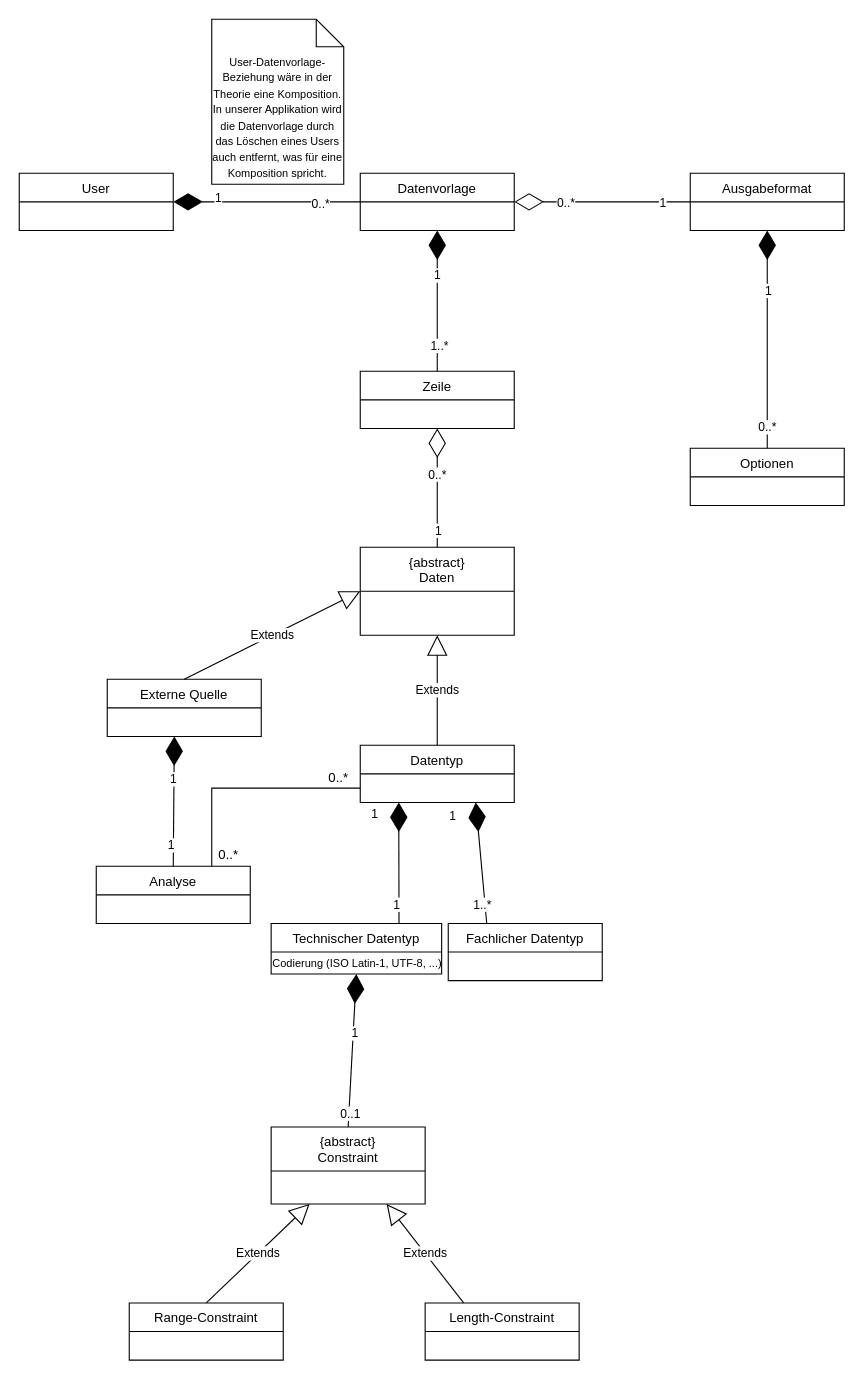
Before: datagen-backend/src/main/resources/domain.drawio in Edelmetall/LoremIpsum, a draw.io diagram. Source tidied: cells renumbered, new cells numbered last; positions are measured from the earlier drawing's top-left corner, leaving out a move shared by most shapes. Both pictures are drawn from the tidied source at 110%, with x=0, y=0 at pixel (19, 19).
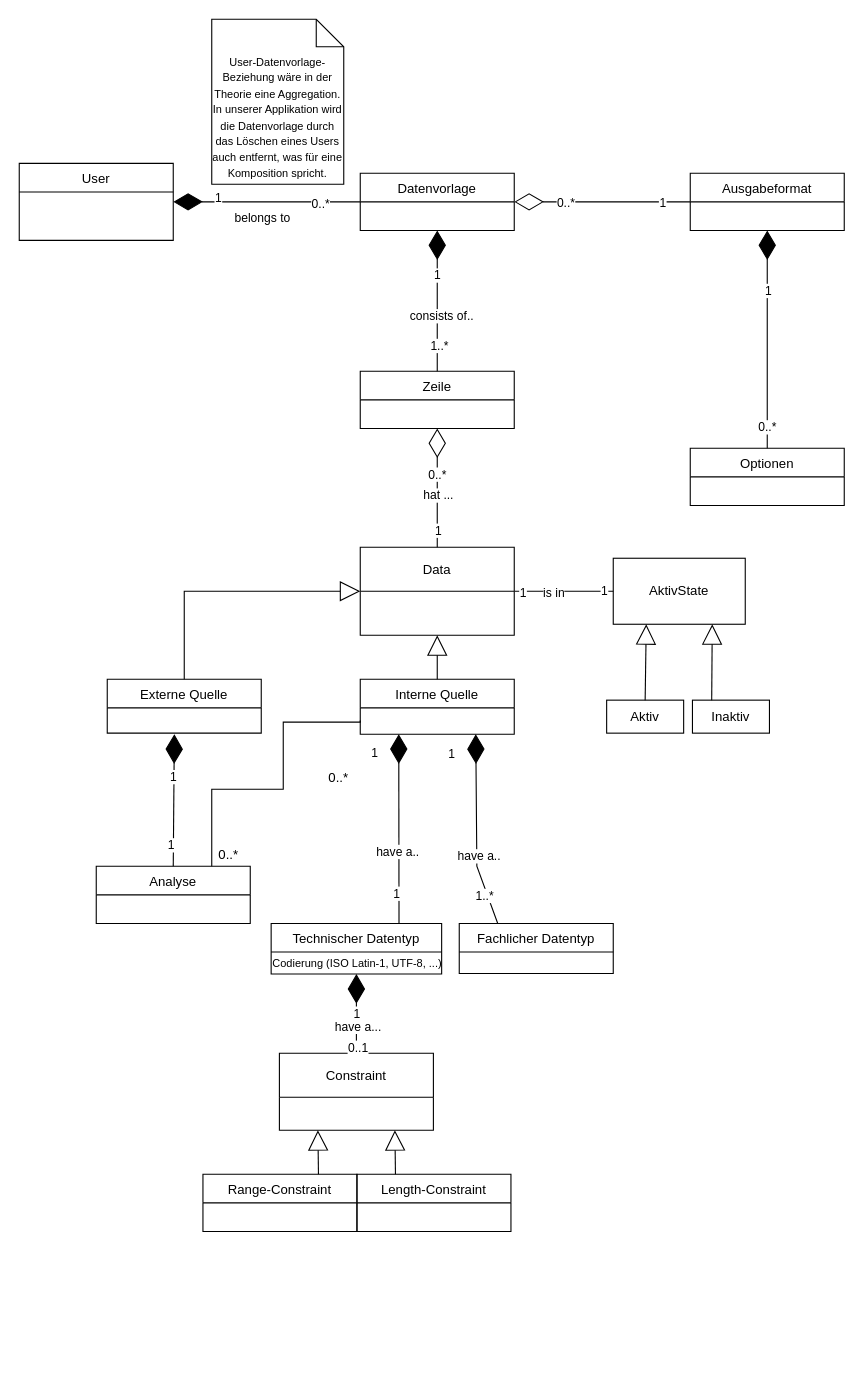
Above is the later version.

Commit message:
#2 Erweiterung mit State

Unchanged cells that the change refers to:
```xml
<mxCell id="15" style="endArrow=diamondThin;endFill=1;endSize=24;html=1;rounded=0;exitX=0.75;exitY=0;exitDx=0;exitDy=0;entryX=0.25;entryY=1;entryDx=0;entryDy=0;" parent="1" edge="1" source="7" target="6">
  <mxGeometry relative="1" as="geometry" />
</mxCell>
<mxCell id="19" style="endArrow=diamondThin;endFill=1;endSize=24;html=1;rounded=0;entryX=0.5;entryY=1;entryDx=0;entryDy=0;exitX=0.5;exitY=0;exitDx=0;exitDy=0;" parent="1" edge="1" source="18" target="7">
  <mxGeometry relative="1" as="geometry" />
</mxCell>
<mxCell id="29" value="Analyse" style="swimlane;fontStyle=0;horizontal=1;startSize=26;fillColor=none;" parent="1" vertex="1">
  <mxGeometry x="70" y="770" width="140" height="52" as="geometry" />
</mxCell>
<mxCell id="36" style="endArrow=diamondThin;endFill=1;endSize=24;html=1;rounded=0;entryX=0.5;entryY=1;entryDx=0;entryDy=0;exitX=0.5;exitY=0;exitDx=0;exitDy=0;" parent="1" edge="1" source="5" target="3">
  <mxGeometry relative="1" as="geometry" />
</mxCell>
<mxCell id="39" style="endArrow=diamondThin;endFill=0;endSize=24;html=1;rounded=0;entryX=0.5;entryY=1;entryDx=0;entryDy=0;exitX=0.5;exitY=0;exitDx=0;exitDy=0;" parent="1" edge="1" source="26" target="5">
  <mxGeometry relative="1" as="geometry" />
</mxCell>
<mxCell id="48" style="endArrow=diamondThin;endFill=1;endSize=24;html=1;rounded=0;entryX=1;entryY=0.5;entryDx=0;entryDy=0;exitX=0;exitY=0.5;exitDx=0;exitDy=0;" parent="1" edge="1" source="3" target="2">
  <mxGeometry relative="1" as="geometry" />
</mxCell>
```

Diff of the diagram source:
```diff
@@
     <mxCell id="2" value="User" style="swimlane;fontStyle=0;horizontal=1;startSize=26;fillColor=none;" parent="1" vertex="1">
-      <mxGeometry y="140" width="140" height="52" as="geometry" />
+      <mxGeometry y="131" width="140" height="70" as="geometry" />
     </mxCell>
@@
     <mxCell id="4" value="Externe Quelle" style="swimlane;fontStyle=0;horizontal=1;startSize=26;fillColor=none;" parent="1" vertex="1">
-      <mxGeometry x="80" y="600" width="140" height="52" as="geometry" />
+      <mxGeometry x="80" y="600" width="140" height="49" as="geometry" />
     </mxCell>
@@
-    <mxCell id="6" value="Datentyp" style="swimlane;fontStyle=0;horizontal=1;startSize=26;fillColor=none;" parent="1" vertex="1">
-      <mxGeometry x="310" y="660" width="140" height="52" as="geometry" />
+    <mxCell id="6" value="Interne Quelle" style="swimlane;fontStyle=0;horizontal=1;startSize=26;fillColor=none;" parent="1" vertex="1">
+      <mxGeometry x="310" y="600" width="140" height="50" as="geometry" />
     </mxCell>
@@
     <mxCell id="9" value="Fachlicher Datentyp" style="swimlane;fontStyle=0;horizontal=1;startSize=26;fillColor=none;" parent="1" vertex="1">
-      <mxGeometry x="390" y="822" width="140" height="52" as="geometry" />
+      <mxGeometry x="400" y="822" width="140" height="45.5" as="geometry" />
     </mxCell>
@@
     <mxCell id="12" style="endArrow=diamondThin;endFill=1;endSize=24;html=1;rounded=0;entryX=0.75;entryY=1;entryDx=0;entryDy=0;exitX=0.25;exitY=0;exitDx=0;exitDy=0;" parent="1" edge="1" source="9" target="6">
-      <mxGeometry relative="1" as="geometry" />
+      <mxGeometry relative="1" as="geometry">
+        <Array as="points">
+          <mxPoint x="416" y="770" />
+        </Array>
+      </mxGeometry>
     </mxCell>
@@
+    <mxCell id="52" value="have a.." style="edgeLabel;html=1;align=center;verticalAlign=middle;" parent="12" vertex="1">
+      <mxGeometry x="0.11" y="-2" relative="1" as="geometry">
+        <mxPoint y="32" as="offset" />
+      </mxGeometry>
+    </mxCell>
@@
+    <mxCell id="53" value="have a.." style="edgeLabel;html=1;align=center;verticalAlign=middle;" parent="15" vertex="1">
+      <mxGeometry x="-0.23" y="2" relative="1" as="geometry" />
+    </mxCell>
-    <mxCell id="18" value="{abstract}&#10;Constraint" style="swimlane;fontStyle=0;horizontal=1;startSize=40;fillColor=none;" parent="1" vertex="1">
-      <mxGeometry x="229" y="1007" width="140" height="70" as="geometry" />
+    <mxCell id="18" value="Constraint" style="swimlane;fontStyle=0;horizontal=1;startSize=40;fillColor=none;" parent="1" vertex="1">
+      <mxGeometry x="236.5" y="940" width="140" height="70" as="geometry" />
     </mxCell>
@@
+    <mxCell id="54" value="have a..." style="edgeLabel;html=1;align=center;verticalAlign=middle;" parent="19" vertex="1">
+      <mxGeometry x="-0.45" y="-1" relative="1" as="geometry">
+        <mxPoint y="-5" as="offset" />
+      </mxGeometry>
+    </mxCell>
     <mxCell id="22" value="Range-Constraint" style="swimlane;fontStyle=0;horizontal=1;startSize=26;fillColor=none;" parent="1" vertex="1">
-      <mxGeometry x="100" y="1167" width="140" height="52" as="geometry" />
+      <mxGeometry x="167" y="1050" width="140" height="52" as="geometry" />
     </mxCell>
     <mxCell id="23" value="Length-Constraint" style="swimlane;fontStyle=0;horizontal=1;startSize=26;fillColor=none;" parent="1" vertex="1">
-      <mxGeometry x="369" y="1167" width="140" height="52" as="geometry" />
+      <mxGeometry x="307" y="1050" width="140" height="52" as="geometry" />
     </mxCell>
-    <mxCell id="24" value="Extends" style="endArrow=block;endSize=16;endFill=0;html=1;rounded=0;exitX=0.5;exitY=0;exitDx=0;exitDy=0;entryX=0.25;entryY=1;entryDx=0;entryDy=0;" parent="1" edge="1" source="22" target="18">
+    <mxCell id="24" style="endArrow=block;endSize=16;endFill=0;html=1;rounded=0;exitX=0.75;exitY=0;exitDx=0;exitDy=0;entryX=0.25;entryY=1;entryDx=0;entryDy=0;" parent="1" edge="1" source="22" target="18">
       <mxGeometry relative="1" as="geometry" />
     </mxCell>
-    <mxCell id="25" value="Extends" style="endArrow=block;endSize=16;endFill=0;html=1;rounded=0;exitX=0.25;exitY=0;exitDx=0;exitDy=0;entryX=0.25;entryY=1;entryDx=0;entryDy=0;" parent="1" edge="1" source="23">
-      <mxGeometry relative="1" as="geometry">
-        <mxPoint x="334" y="1077" as="targetPoint" />
-      </mxGeometry>
+    <mxCell id="25" style="endArrow=block;endSize=16;endFill=0;html=1;rounded=0;exitX=0.25;exitY=0;exitDx=0;exitDy=0;entryX=0.75;entryY=1;entryDx=0;entryDy=0;" parent="1" edge="1" source="23" target="18">
+      <mxGeometry relative="1" as="geometry" />
     </mxCell>
-    <mxCell id="26" value="{abstract}&#10;Daten" style="swimlane;fontStyle=0;horizontal=1;startSize=40;fillColor=none;" parent="1" vertex="1">
+    <mxCell id="26" value="Data" style="swimlane;fontStyle=0;horizontal=1;startSize=40;fillColor=none;" parent="1" vertex="1">
       <mxGeometry x="310" y="480" width="140" height="80" as="geometry" />
     </mxCell>
-    <mxCell id="27" value="Extends" style="endArrow=block;endSize=16;endFill=0;html=1;rounded=0;entryX=0.5;entryY=1;entryDx=0;entryDy=0;exitX=0.5;exitY=0;exitDx=0;exitDy=0;" parent="1" edge="1" source="6" target="26">
+    <mxCell id="27" style="endArrow=block;endSize=16;endFill=0;html=1;rounded=0;entryX=0.5;entryY=1;entryDx=0;entryDy=0;exitX=0.5;exitY=0;exitDx=0;exitDy=0;" parent="1" edge="1" source="6" target="26">
       <mxGeometry relative="1" as="geometry" />
     </mxCell>
-    <mxCell id="28" value="Extends" style="endArrow=block;endSize=16;endFill=0;html=1;rounded=0;exitX=0.5;exitY=0;exitDx=0;exitDy=0;entryX=0;entryY=0.5;entryDx=0;entryDy=0;" parent="1" edge="1" source="4" target="26">
-      <mxGeometry relative="1" as="geometry" />
+    <mxCell id="28" style="endArrow=block;endSize=16;endFill=0;html=1;rounded=0;exitX=0.5;exitY=0;exitDx=0;exitDy=0;entryX=0;entryY=0.5;entryDx=0;entryDy=0;" parent="1" edge="1" source="4" target="26">
+      <mxGeometry relative="1" as="geometry">
+        <Array as="points">
+          <mxPoint x="150" y="520" />
+        </Array>
+      </mxGeometry>
     </mxCell>
@@
-    <mxCell id="30" style="endArrow=diamondThin;endFill=1;endSize=24;html=1;rounded=0;exitX=0.5;exitY=0;exitDx=0;exitDy=0;entryX=0.25;entryY=1;entryDx=0;entryDy=0;" parent="1" edge="1" source="29">
+    <mxCell id="30" style="endArrow=diamondThin;endFill=1;endSize=24;html=1;rounded=0;exitX=0.5;exitY=0;exitDx=0;exitDy=0;" parent="1" edge="1" source="29">
       <mxGeometry relative="1" as="geometry">
-        <mxPoint x="141" y="652" as="targetPoint" />
+        <mxPoint x="141" y="650" as="targetPoint" />
       </mxGeometry>
     </mxCell>
@@
     <mxCell id="33" style="endArrow=none;html=1;edgeStyle=orthogonalEdgeStyle;rounded=0;entryX=0.75;entryY=0;entryDx=0;entryDy=0;exitX=0;exitY=0.75;exitDx=0;exitDy=0;" parent="1" edge="1" source="6" target="29">
-      <mxGeometry relative="1" as="geometry" />
+      <mxGeometry relative="1" as="geometry">
+        <Array as="points">
+          <mxPoint x="240" y="639" />
+          <mxPoint x="240" y="700" />
+          <mxPoint x="175" y="700" />
+        </Array>
+      </mxGeometry>
     </mxCell>
@@
+    <mxCell id="55" value="consists of.." style="edgeLabel;html=1;align=center;verticalAlign=middle;" parent="36" vertex="1">
+      <mxGeometry x="-0.21" y="-3" relative="1" as="geometry" />
+    </mxCell>
@@
+    <mxCell id="56" value="hat ..." style="edgeLabel;html=1;align=center;verticalAlign=middle;" parent="39" vertex="1">
+      <mxGeometry x="-0.12" relative="1" as="geometry" />
+    </mxCell>
@@
+    <mxCell id="57" value="belongs to" style="edgeLabel;html=1;align=center;verticalAlign=middle;" parent="48" vertex="1">
+      <mxGeometry x="0.15" relative="1" as="geometry">
+        <mxPoint x="8" y="14" as="offset" />
+      </mxGeometry>
+    </mxCell>
-    <mxCell id="51" value="&lt;font style=&quot;font-size: 10px&quot;&gt;User-Datenvorlage-Beziehung wäre in der Theorie eine Komposition. In unserer Applikation wird die Datenvorlage durch das Löschen eines Users auch entfernt, was für eine Komposition spricht.&lt;/font&gt;" style="shape=note2;boundedLbl=1;whiteSpace=wrap;html=1;size=25;verticalAlign=top;align=center;" parent="1" vertex="1">
+    <mxCell id="51" value="&lt;font style=&quot;font-size: 10px&quot;&gt;User-Datenvorlage-Beziehung wäre in der Theorie eine Aggregation. In unserer Applikation wird die Datenvorlage durch das Löschen eines Users auch entfernt, was für eine Komposition spricht.&lt;/font&gt;" style="shape=note2;boundedLbl=1;whiteSpace=wrap;html=1;size=25;verticalAlign=top;align=center;" parent="1" vertex="1">
       <mxGeometry x="175" width="120" height="150" as="geometry" />
     </mxCell>
+    <mxCell id="58" value="AktivState" style="whiteSpace=wrap;html=1;fillColor=none;fontStyle=0;startSize=40;" parent="1" vertex="1">
+      <mxGeometry x="540" y="490" width="120" height="60" as="geometry" />
+    </mxCell>
+    <mxCell id="59" style="endArrow=none;html=1;rounded=0;entryX=1;entryY=0.5;entryDx=0;entryDy=0;exitX=0;exitY=0.5;exitDx=0;exitDy=0;" parent="1" edge="1" source="58" target="26">
+      <mxGeometry relative="1" as="geometry" />
+    </mxCell>
+    <mxCell id="60" value="is in" style="edgeLabel;html=1;align=center;verticalAlign=middle;" parent="59" vertex="1">
+      <mxGeometry x="0.23" y="1" relative="1" as="geometry" />
+    </mxCell>
+    <mxCell id="61" value="1" style="edgeLabel;html=1;align=center;verticalAlign=middle;" parent="59" vertex="1">
+      <mxGeometry x="-0.8" y="-1" relative="1" as="geometry" />
+    </mxCell>
+    <mxCell id="62" value="1" style="edgeLabel;html=1;align=center;verticalAlign=middle;" parent="59" vertex="1">
+      <mxGeometry x="0.84" y="1" relative="1" as="geometry" />
+    </mxCell>
+    <mxCell id="63" value="Aktiv" style="whiteSpace=wrap;html=1;fillColor=none;fontStyle=0;startSize=40;" parent="1" vertex="1">
+      <mxGeometry x="534" y="619" width="70" height="30" as="geometry" />
+    </mxCell>
+    <mxCell id="64" style="endArrow=block;endSize=16;endFill=0;html=1;rounded=0;entryX=0.25;entryY=1;entryDx=0;entryDy=0;exitX=0.5;exitY=0;exitDx=0;exitDy=0;" parent="1" edge="1" source="63" target="58">
+      <mxGeometry relative="1" as="geometry" />
+    </mxCell>
+    <mxCell id="65" style="endArrow=block;endSize=16;endFill=0;html=1;rounded=0;exitX=0.25;exitY=0;exitDx=0;exitDy=0;entryX=0.75;entryY=1;entryDx=0;entryDy=0;" parent="1" edge="1" source="66" target="58">
+      <mxGeometry relative="1" as="geometry" />
+    </mxCell>
+    <mxCell id="66" value="Inaktiv" style="whiteSpace=wrap;html=1;fillColor=none;fontStyle=0;startSize=40;" parent="1" vertex="1">
+      <mxGeometry x="612" y="619" width="70" height="30" as="geometry" />
+    </mxCell>
```
